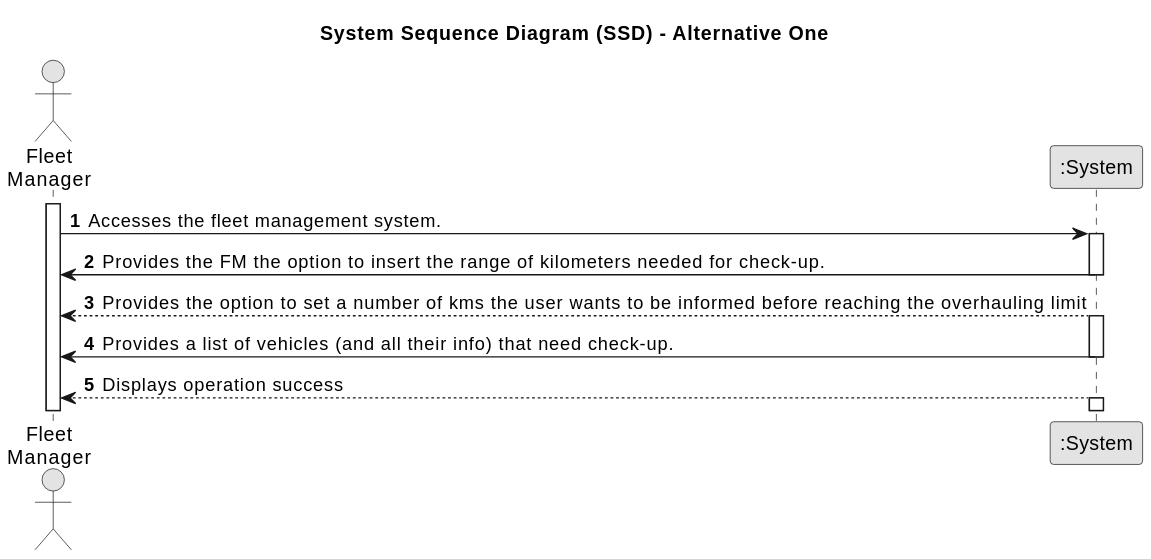
SAEmanuel/Green_Spaces_Management_ISEP keeps this PlantUML diagram as docs/sprintA/us008/01.requirements-engineering/svg/us008-system-sequence-diagram-alternative-one-System_Sequence_Diagram__SSD____Alternative_One.svg. Above is the earlier version.
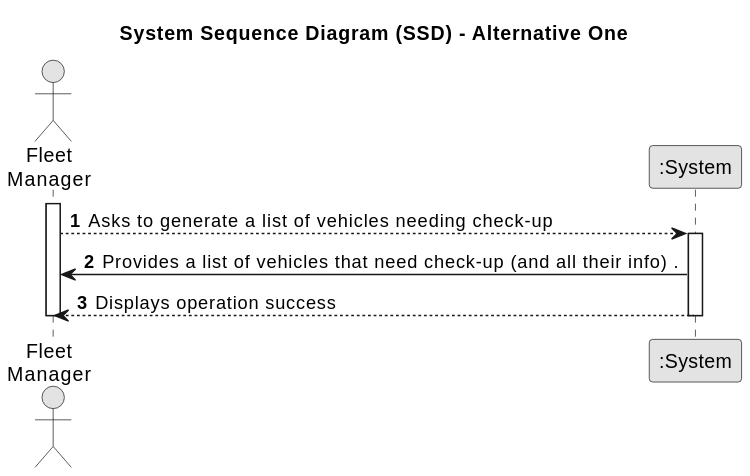
Above is the later version.

What changed in the source:
```diff
@@ -10,20 +10,15 @@
 actor "Fleet\nManager" as FM
 participant ":System" as System
 
-activate FM
 
-    FM -> System : Accesses the fleet management system.
-    activate System
+        activate FM
 
-    System -> FM : Provides the FM the option to insert the range of kilometers needed for check-up.
-        deactivate System
+        FM --> System: Asks to generate a list of vehicles needing check-up
+        activate System
 
-        System --> FM : Provides the option to set a number of kms the user wants to be informed before reaching the overhauling limit
-    activate System
-
-    System -> FM : Provides a list of vehicles (and all their info) that need check-up.
-    deactivate System
+        System -> FM : Provides a list of vehicles that need check-up (and all their info) .
 
         System --> FM : Displays operation success
-    activate System
+        deactivate System
+        deactivate FM
 @enduml
```
